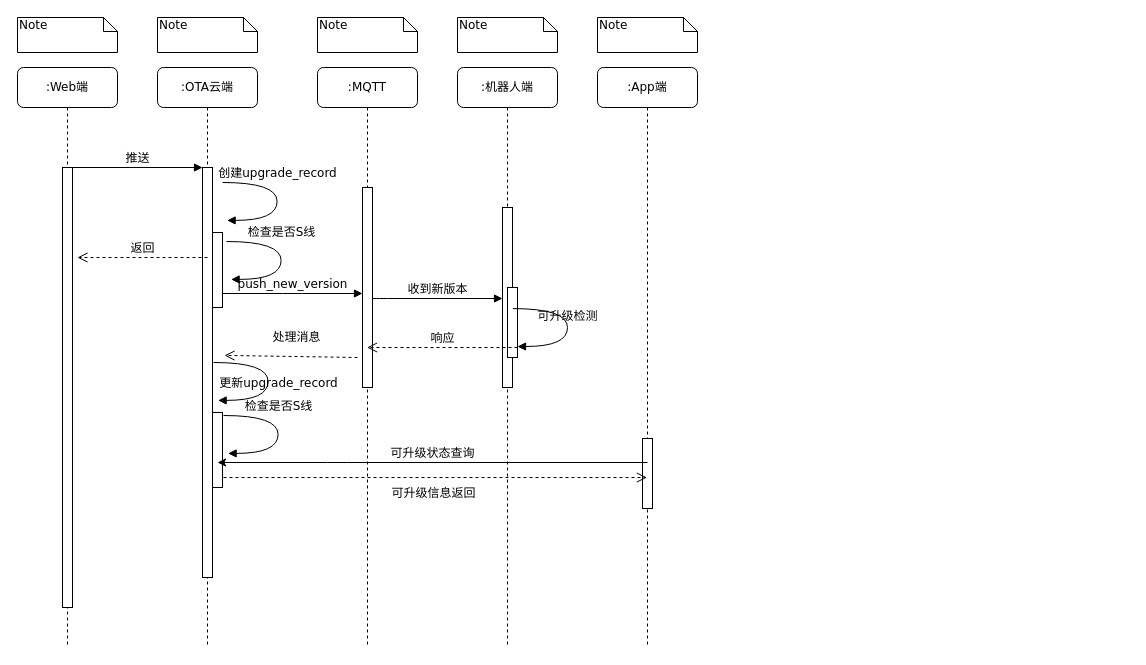
Earlier version of the draw.io diagram craft/push_flow.drawio (feihu618/drawio). Source tidied: cells renumbered, new cells numbered last; positions are measured from the earlier drawing's top-left corner, leaving out a move shared by most shapes. Both pictures are drawn from the tidied source at 100%, with x=0, y=0 at pixel (17, 17).
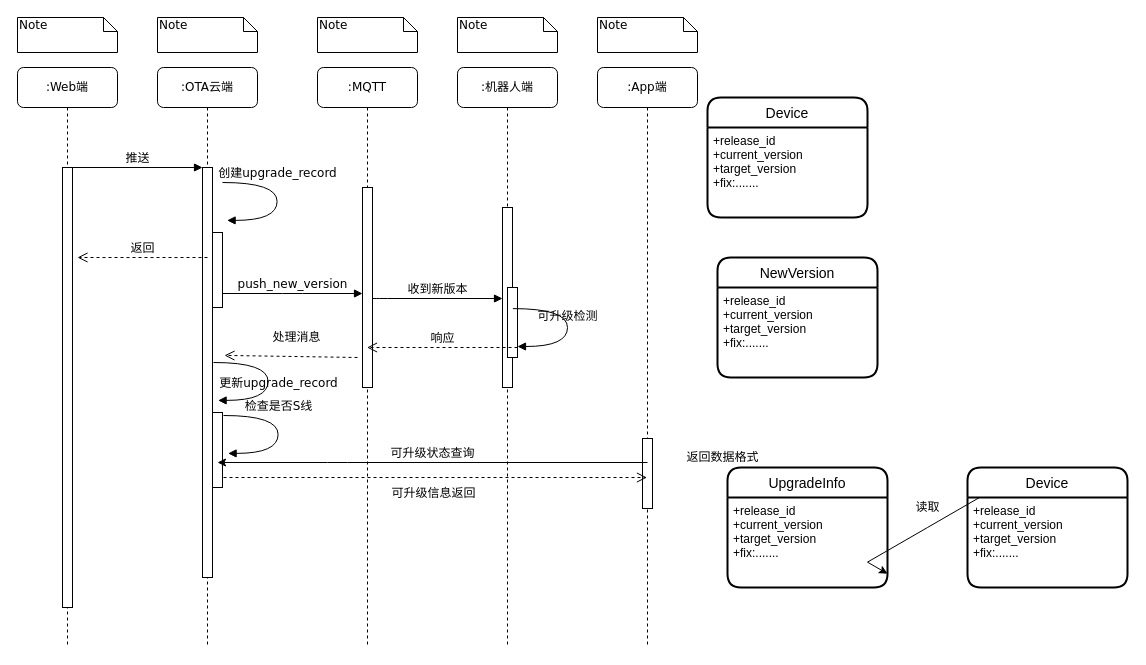
Above is the later version.

Change to the diagram source:
```diff
@@
-    <mxCell id="32" value="检查是否S线" style="html=1;verticalAlign=bottom;endArrow=block;labelBackgroundColor=none;fontFamily=Verdana;fontSize=12;elbow=vertical;edgeStyle=orthogonalEdgeStyle;curved=1;entryX=1;entryY=0.286;entryPerimeter=0;exitX=1.038;exitY=0.345;exitPerimeter=0;" parent="1" edge="1">
-      <mxGeometry x="-0.23" relative="1" as="geometry">
-        <mxPoint x="209" y="224" as="sourcePoint" />
-        <mxPoint x="213.6" y="261.9" as="targetPoint" />
-        <Array as="points">
-          <mxPoint x="263.6" y="223.9" />
-          <mxPoint x="263.6" y="261.9" />
-        </Array>
-      </mxGeometry>
-    </mxCell>
@@
+    <mxCell id="34" value="返回数据格式" style="text;html=1;align=center;verticalAlign=middle;strokeColor=none;fillColor=none;" parent="1" vertex="1">
+      <mxGeometry x="660" y="430" width="90" height="20" as="geometry" />
+    </mxCell>
+    <mxCell id="35" style="edgeStyle=isometricEdgeStyle;rounded=0;jettySize=auto;html=1;startArrow=classic;startFill=1;endArrow=none;endFill=0;elbow=vertical;" parent="1" edge="1" source="36" target="38">
+      <mxGeometry relative="1" as="geometry" />
+    </mxCell>
+    <mxCell id="36" value="UpgradeInfo" style="swimlane;horizontal=1;startSize=30;rounded=1;fontSize=14;fontStyle=0;strokeWidth=2;shadow=0;dashed=0;align=center;" parent="1" vertex="1">
+      <mxGeometry x="710" y="450" width="160" height="120" as="geometry" />
+    </mxCell>
+    <mxCell id="37" value="+release_id&#10;+current_version&#10;+target_version&#10;+fix:......." style="align=left;strokeColor=none;fillColor=none;spacingLeft=4;fontSize=12;verticalAlign=top;" parent="36" vertex="1">
+      <mxGeometry y="30" width="160" height="90" as="geometry" />
+    </mxCell>
+    <mxCell id="38" value="Device" style="swimlane;horizontal=1;startSize=30;rounded=1;fontSize=14;fontStyle=0;strokeWidth=2;shadow=0;dashed=0;align=center;" parent="1" vertex="1">
+      <mxGeometry x="950" y="450" width="160" height="120" as="geometry" />
+    </mxCell>
+    <mxCell id="39" value="+release_id&#10;+current_version&#10;+target_version&#10;+fix:......." style="align=left;strokeColor=none;fillColor=none;spacingLeft=4;fontSize=12;verticalAlign=top;" parent="38" vertex="1">
+      <mxGeometry y="30" width="160" height="90" as="geometry" />
+    </mxCell>
+    <mxCell id="40" value="读取" style="text;html=1;align=center;verticalAlign=middle;fillColor=none;strokeColor=none;rounded=0;" parent="1" vertex="1">
+      <mxGeometry x="890" y="480" width="40" height="20" as="geometry" />
+    </mxCell>
+    <mxCell id="41" value="NewVersion" style="swimlane;horizontal=1;startSize=30;rounded=1;fontSize=14;fontStyle=0;strokeWidth=2;shadow=0;dashed=0;align=center;" parent="1" vertex="1">
+      <mxGeometry x="700" y="240" width="160" height="120" as="geometry" />
+    </mxCell>
+    <mxCell id="42" value="+release_id&#10;+current_version&#10;+target_version&#10;+fix:......." style="align=left;strokeColor=none;fillColor=none;spacingLeft=4;fontSize=12;verticalAlign=top;" parent="41" vertex="1">
+      <mxGeometry y="30" width="160" height="90" as="geometry" />
+    </mxCell>
+    <mxCell id="43" value="Device" style="swimlane;horizontal=1;startSize=30;rounded=1;fontSize=14;fontStyle=0;strokeWidth=2;shadow=0;dashed=0;align=center;" parent="1" vertex="1">
+      <mxGeometry x="690" y="80" width="160" height="120" as="geometry" />
+    </mxCell>
+    <mxCell id="44" value="+release_id&#10;+current_version&#10;+target_version&#10;+fix:......." style="align=left;strokeColor=none;fillColor=none;spacingLeft=4;fontSize=12;verticalAlign=top;" parent="43" vertex="1">
+      <mxGeometry y="30" width="160" height="90" as="geometry" />
+    </mxCell>
```
